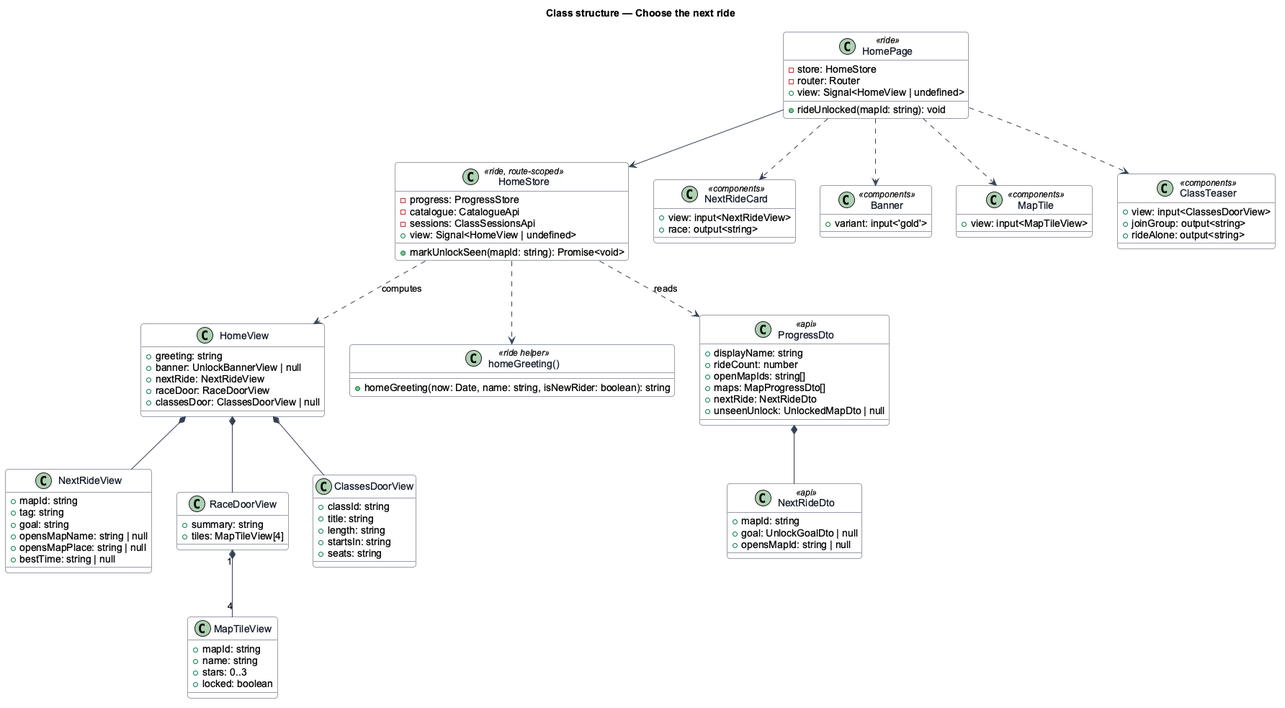
Above: docs/detailed-designs/home/choose-the-next-ride/diagrams/class-structure.png in QuinntyneBrown/ride-one (PlantUML), before the change. Source of this version:
```plantuml
@startuml
skinparam backgroundColor #FFFFFF
skinparam shadowing false
skinparam roundcorner 8
skinparam defaultFontName Arial
skinparam ArrowColor #344054
skinparam class {
  BorderColor #344054
  FontColor #101828
  BackgroundColor #F9FAFB
}
title Class structure — Choose the next ride
class HomePage <<ride>> {
  -store: HomeStore
  -router: Router
  +view: Signal<HomeView | undefined>
  +rideUnlocked(mapId: string): void
}
class HomeStore <<ride, route-scoped>> {
  -progress: ProgressStore
  -catalogue: CatalogueApi
  -sessions: ClassSessionsApi
  +view: Signal<HomeView | undefined>
  +markUnlockSeen(mapId: string): Promise<void>
}
class HomeView {
  +greeting: string
  +banner: UnlockBannerView | null
  +nextRide: NextRideView
  +raceDoor: RaceDoorView
  +classesDoor: ClassesDoorView | null
}
class NextRideView {
  +mapId: string
  +tag: string
  +goal: string
  +opensMapName: string | null
  +opensMapPlace: string | null
  +bestTime: string | null
}
class RaceDoorView {
  +summary: string
  +tiles: MapTileView[4]
}
class MapTileView {
  +mapId: string
  +name: string
  +stars: 0..3
  +locked: boolean
}
class ClassesDoorView {
  +classId: string
  +title: string
  +length: string
  +startsIn: string
  +seats: string
}
class "homeGreeting()" as greet <<ride helper>> {
  +homeGreeting(now: Date, name: string, isNewRider: boolean): string
}
class ProgressDto <<api>> {
  +displayName: string
  +rideCount: number
  +openMapIds: string[]
  +maps: MapProgressDto[]
  +nextRide: NextRideDto
  +unseenUnlock: UnlockedMapDto | null
}
class NextRideDto <<api>> {
  +mapId: string
  +goal: UnlockGoalDto | null
  +opensMapId: string | null
}
class NextRideCard <<components>> {
  +view: input<NextRideView>
  +race: output<string>
}
class Banner <<components>> {
  +variant: input<'gold'>
}
class MapTile <<components>> {
  +view: input<MapTileView>
}
class ClassTeaser <<components>> {
  +view: input<ClassesDoorView>
  +joinGroup: output<string>
  +rideAlone: output<string>
}
HomePage --> HomeStore
HomePage ..> NextRideCard
HomePage ..> Banner
HomePage ..> MapTile
HomePage ..> ClassTeaser
HomeStore ..> greet
HomeStore ..> ProgressDto : reads
HomeStore ..> HomeView : computes
HomeView *-- NextRideView
HomeView *-- RaceDoorView
HomeView *-- ClassesDoorView
RaceDoorView "1" *-- "4" MapTileView
ProgressDto *-- NextRideDto
@enduml
```
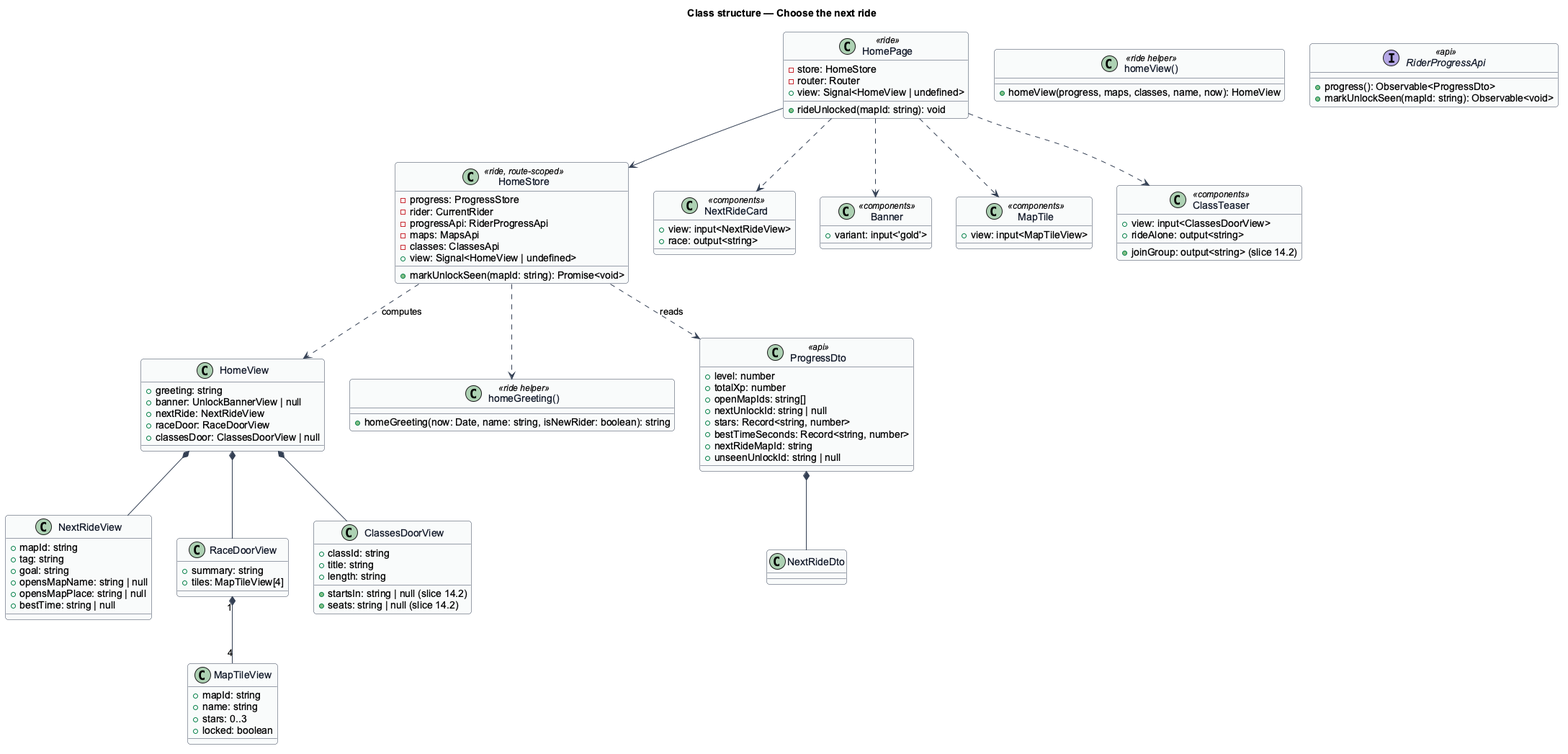
The same file after the commit.

Commit message:
Bring Home's design in line with the code it builds on (slice 13.2)

Diff of the diagram source:
```diff
@@ -18,8 +18,10 @@
 }
 class HomeStore <<ride, route-scoped>> {
   -progress: ProgressStore
-  -catalogue: CatalogueApi
-  -sessions: ClassSessionsApi
+  -rider: CurrentRider
+  -progressApi: RiderProgressApi
+  -maps: MapsApi
+  -classes: ClassesApi
   +view: Signal<HomeView | undefined>
   +markUnlockSeen(mapId: string): Promise<void>
 }
@@ -29,6 +31,9 @@
   +nextRide: NextRideView
   +raceDoor: RaceDoorView
   +classesDoor: ClassesDoorView | null
+}
+class "homeView()" as homeView <<ride helper>> {
+  +homeView(progress, maps, classes, name, now): HomeView
 }
 class NextRideView {
   +mapId: string
@@ -52,24 +57,25 @@
   +classId: string
   +title: string
   +length: string
-  +startsIn: string
-  +seats: string
+  +startsIn: string | null (slice 14.2)
+  +seats: string | null (slice 14.2)
 }
 class "homeGreeting()" as greet <<ride helper>> {
   +homeGreeting(now: Date, name: string, isNewRider: boolean): string
 }
 class ProgressDto <<api>> {
-  +displayName: string
-  +rideCount: number
+  +level: number
+  +totalXp: number
   +openMapIds: string[]
-  +maps: MapProgressDto[]
-  +nextRide: NextRideDto
-  +unseenUnlock: UnlockedMapDto | null
+  +nextUnlockId: string | null
+  +stars: Record<string, number>
+  +bestTimeSeconds: Record<string, number>
+  +nextRideMapId: string
+  +unseenUnlockId: string | null
 }
-class NextRideDto <<api>> {
-  +mapId: string
-  +goal: UnlockGoalDto | null
-  +opensMapId: string | null
+interface RiderProgressApi <<api>> {
+  +progress(): Observable<ProgressDto>
+  +markUnlockSeen(mapId: string): Observable<void>
 }
 class NextRideCard <<components>> {
   +view: input<NextRideView>
@@ -83,7 +89,7 @@
 }
 class ClassTeaser <<components>> {
   +view: input<ClassesDoorView>
-  +joinGroup: output<string>
+  +joinGroup: output<string> (slice 14.2)
   +rideAlone: output<string>
 }
 HomePage --> HomeStore
```
